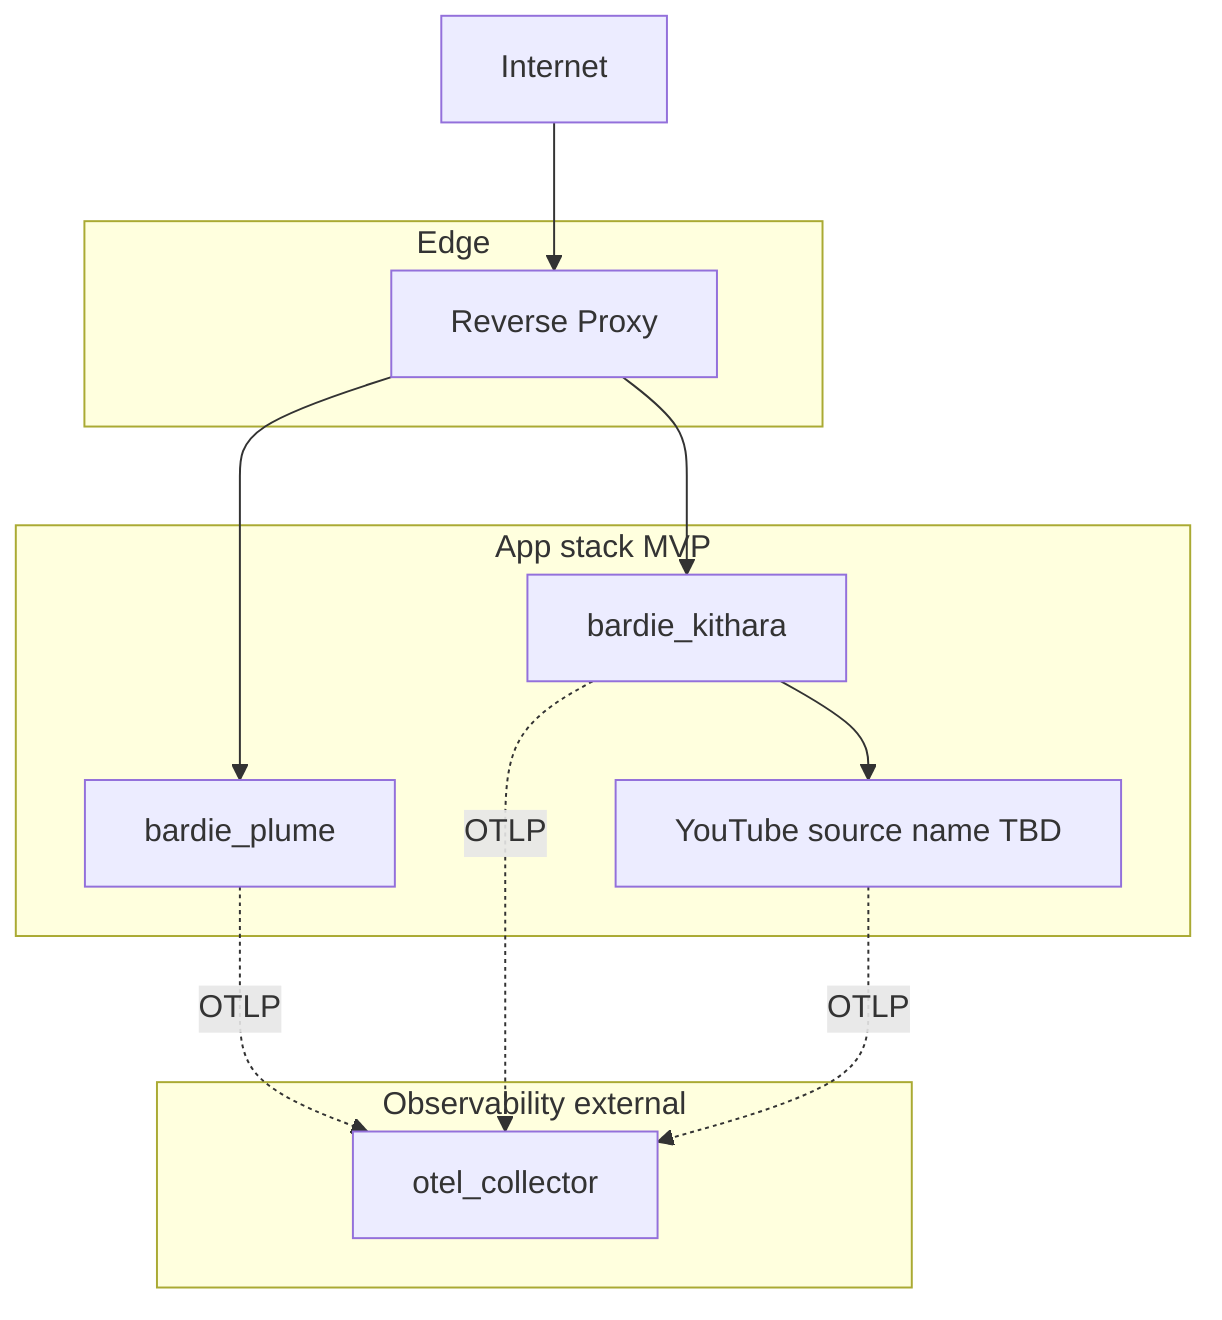
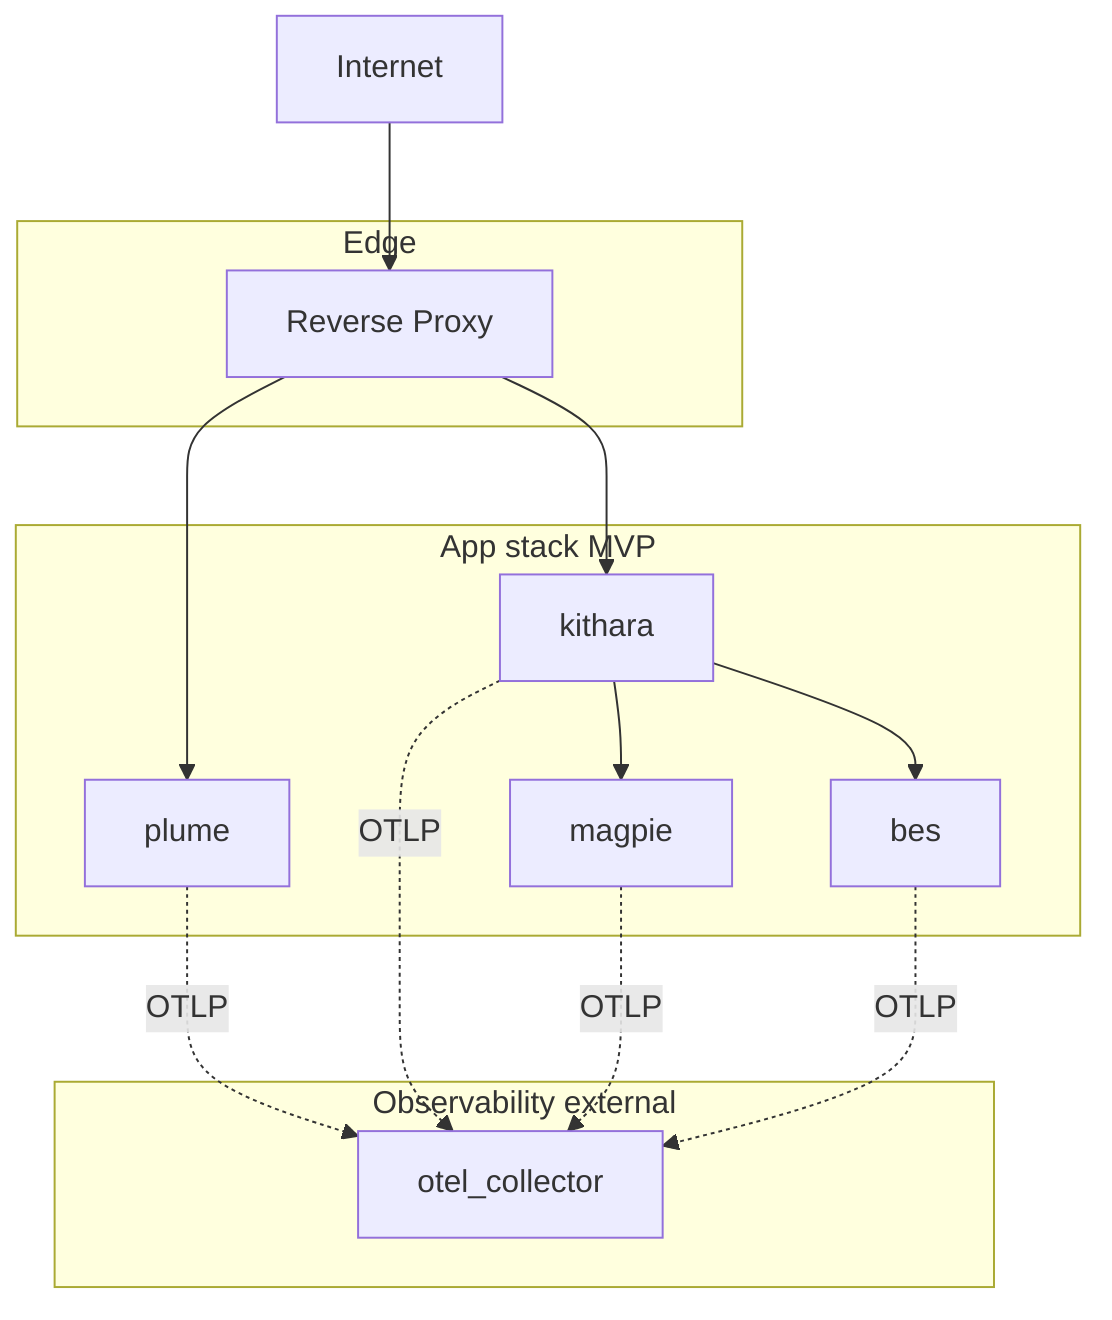
flowchart TB
  subgraph edge [Edge]
    P[Reverse Proxy]
  end
  subgraph apps [App stack MVP]
-     Plume[bardie_plume]
-     Kithara[bardie_kithara]
-     YT["YouTube source name TBD"]
+     Plume[plume]
+     Kithara[kithara]
+     Magpie[magpie]
+     Bes[bes]
  end
  subgraph observe [Observability external]
    OTel[otel_collector]
  end
  Internet --> P
  P --> Plume
  P --> Kithara
-   Kithara --> YT
+   Kithara --> Magpie
+   Kithara --> Bes
  Plume -.->|OTLP| OTel
  Kithara -.->|OTLP| OTel
-   YT -.->|OTLP| OTel
+   Magpie -.->|OTLP| OTel
+   Bes -.->|OTLP| OTel
